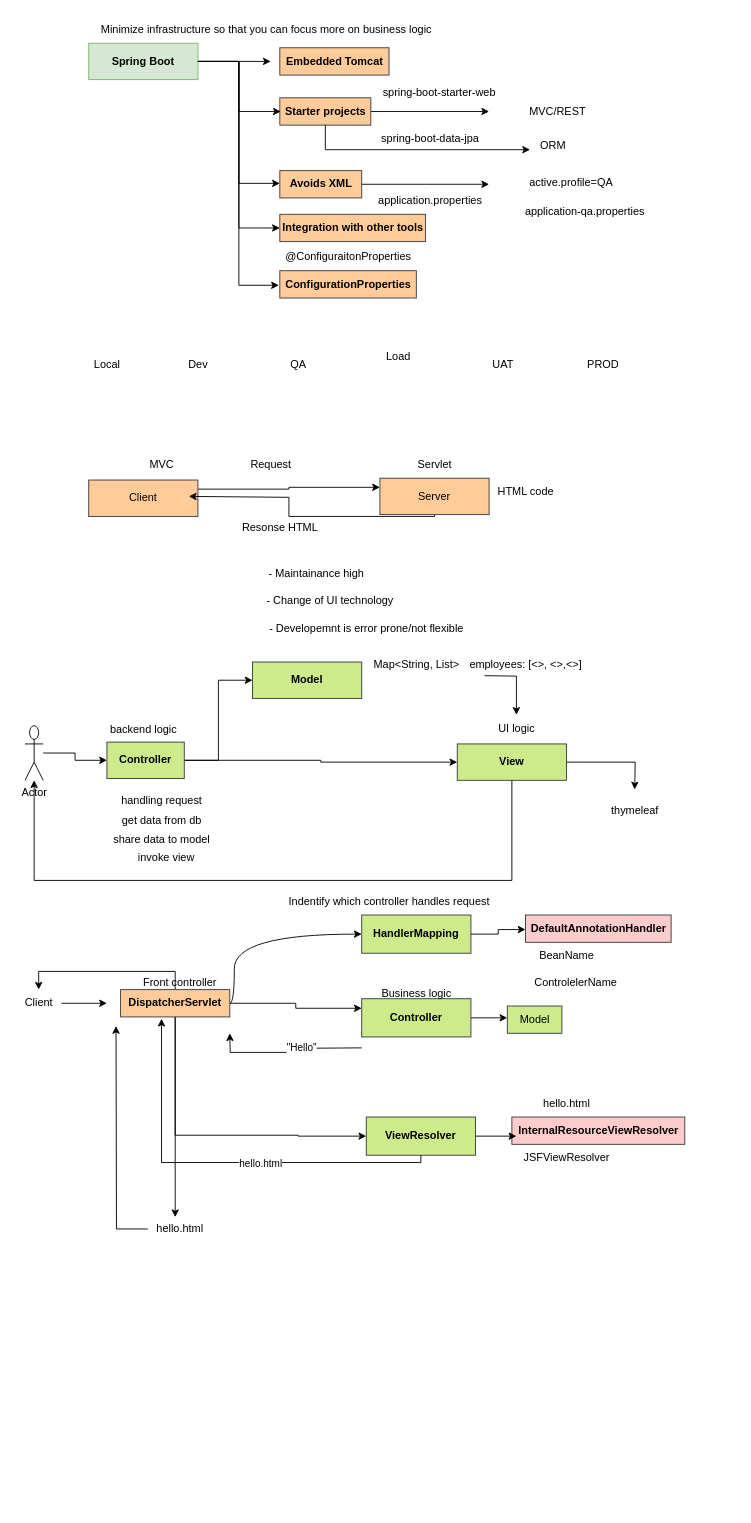
Earlier version of the draw.io diagram page "Spring" (4 of 4) of draw_june2025-Dhruvik.drawio (dhruvikp/JFSD_WE). Source tidied: cells renumbered, new cells numbered last; positions are measured from the earlier drawing's top-left corner, leaving out a move shared by most shapes. Both pictures are drawn from the tidied source at 91%, with x=0, y=0 at pixel (15, 15).
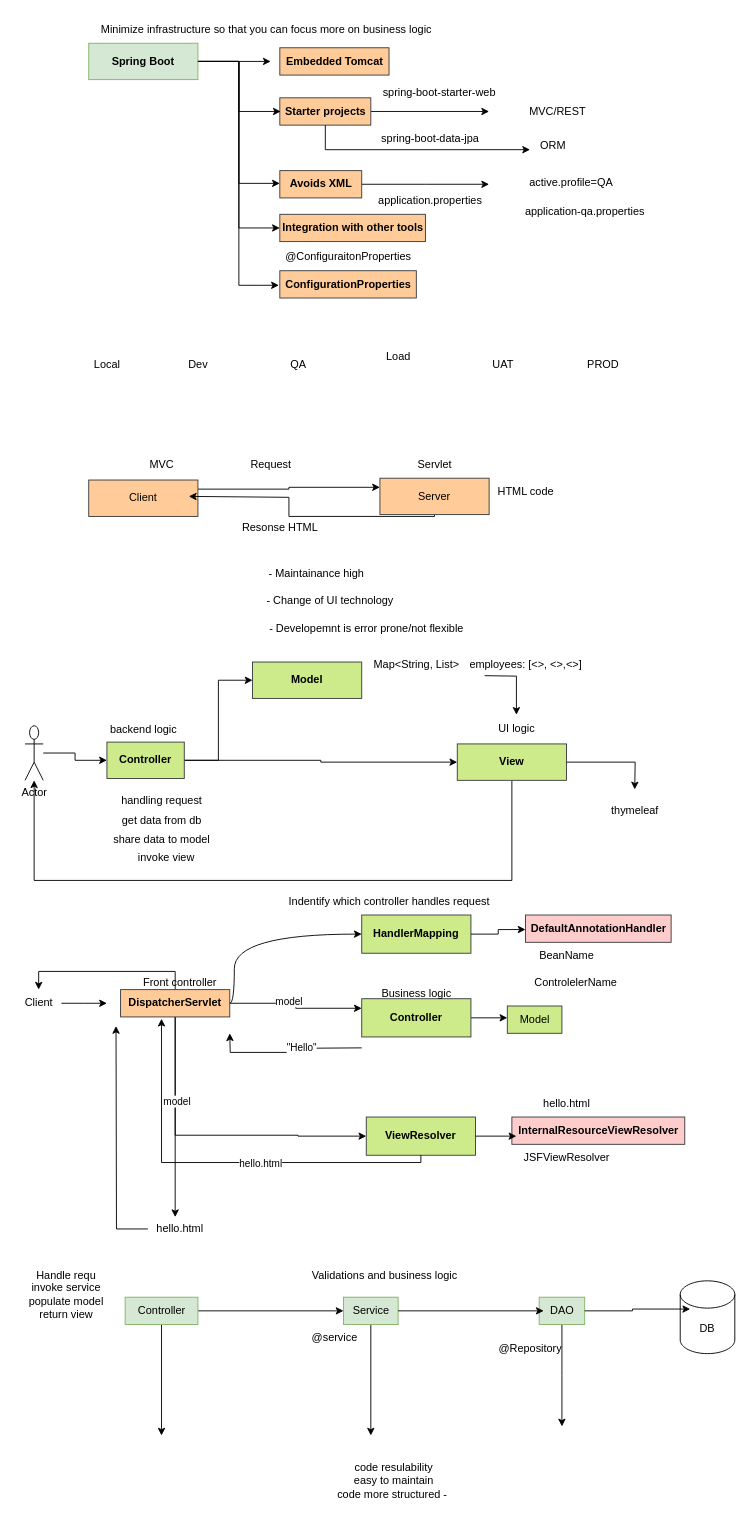
The same page after the edit.

The change refers to these unchanged cells:
```xml
<mxCell id="64" style="edgeStyle=orthogonalEdgeStyle;rounded=0;jettySize=auto;html=1;entryX=0;entryY=0.25;entryDx=0;entryDy=0;" parent="1" edge="1" source="68" target="79">
  <mxGeometry relative="1" as="geometry" />
</mxCell>
<mxCell id="66" style="edgeStyle=orthogonalEdgeStyle;rounded=0;jettySize=auto;html=1;" parent="1" edge="1" source="68">
  <mxGeometry relative="1" as="geometry">
    <mxPoint x="175" y="1320" as="targetPoint" />
  </mxGeometry>
</mxCell>
```

What changed in the source:
```diff
@@
+    <mxCell id="92" value="model" style="edgeLabel;html=1;align=center;verticalAlign=middle;" parent="64" vertex="1">
+      <mxGeometry x="-0.15" y="3" relative="1" as="geometry" />
+    </mxCell>
@@
+    <mxCell id="93" value="model" style="edgeLabel;html=1;align=center;verticalAlign=middle;" parent="66" vertex="1">
+      <mxGeometry x="-0.17" y="1" relative="1" as="geometry" />
+    </mxCell>
@@
+    <mxCell id="94" style="edgeStyle=orthogonalEdgeStyle;rounded=0;jettySize=auto;html=1;" parent="1" edge="1" source="96" target="98">
+      <mxGeometry relative="1" as="geometry" />
+    </mxCell>
+    <mxCell id="95" style="edgeStyle=orthogonalEdgeStyle;rounded=0;jettySize=auto;html=1;" parent="1" edge="1" source="96">
+      <mxGeometry relative="1" as="geometry">
+        <mxPoint x="160" y="1560" as="targetPoint" />
+      </mxGeometry>
+    </mxCell>
+    <mxCell id="96" value="Controller" style="text;html=1;align=center;verticalAlign=middle;points=[];strokeColor=#82b366;fillColor=#d5e8d4;" parent="1" vertex="1">
+      <mxGeometry x="120" y="1408" width="80" height="30" as="geometry" />
+    </mxCell>
+    <mxCell id="97" style="edgeStyle=orthogonalEdgeStyle;rounded=0;jettySize=auto;html=1;" parent="1" edge="1" source="98">
+      <mxGeometry relative="1" as="geometry">
+        <mxPoint x="390" y="1560" as="targetPoint" />
+      </mxGeometry>
+    </mxCell>
+    <mxCell id="98" value="Service" style="text;html=1;align=center;verticalAlign=middle;points=[];strokeColor=#82b366;fillColor=#d5e8d4;" parent="1" vertex="1">
+      <mxGeometry x="360" y="1408" width="60" height="30" as="geometry" />
+    </mxCell>
+    <mxCell id="99" value="Validations and business logic" style="text;html=1;align=center;verticalAlign=middle;strokeColor=none;fillColor=none;" parent="1" vertex="1">
+      <mxGeometry x="315" y="1370" width="180" height="30" as="geometry" />
+    </mxCell>
+    <mxCell id="100" value="Handle requ&lt;div&gt;invoke service&lt;/div&gt;&lt;div&gt;populate model&lt;/div&gt;&lt;div&gt;return view&lt;/div&gt;" style="text;html=1;align=center;verticalAlign=middle;strokeColor=none;fillColor=none;" parent="1" vertex="1">
+      <mxGeometry y="1370" width="110" height="70" as="geometry" />
+    </mxCell>
+    <mxCell id="101" style="edgeStyle=orthogonalEdgeStyle;rounded=0;jettySize=auto;html=1;" parent="1" edge="1" source="102">
+      <mxGeometry relative="1" as="geometry">
+        <mxPoint x="600" y="1550" as="targetPoint" />
+      </mxGeometry>
+    </mxCell>
+    <mxCell id="102" value="DAO" style="text;html=1;align=center;verticalAlign=middle;points=[];strokeColor=#82b366;fillColor=#d5e8d4;" parent="1" vertex="1">
+      <mxGeometry x="575" y="1408" width="50" height="30" as="geometry" />
+    </mxCell>
+    <mxCell id="103" style="edgeStyle=orthogonalEdgeStyle;rounded=0;jettySize=auto;html=1;entryX=0.1;entryY=0.5;entryDx=0;entryDy=0;entryPerimeter=0;" parent="1" edge="1" source="98" target="102">
+      <mxGeometry relative="1" as="geometry" />
+    </mxCell>
+    <mxCell id="104" value="DB" style="shape=cylinder3;whiteSpace=wrap;html=1;boundedLbl=1;backgroundOutline=1;size=15;" parent="1" vertex="1">
+      <mxGeometry x="730" y="1390" width="60" height="80" as="geometry" />
+    </mxCell>
+    <mxCell id="105" style="edgeStyle=orthogonalEdgeStyle;rounded=0;jettySize=auto;html=1;entryX=0.183;entryY=0.388;entryDx=0;entryDy=0;entryPerimeter=0;" parent="1" edge="1" source="102" target="104">
+      <mxGeometry relative="1" as="geometry" />
+    </mxCell>
+    <mxCell id="106" value="code resulability&lt;div&gt;easy to maintain&lt;/div&gt;&lt;div&gt;code more structured -&amp;nbsp;&lt;/div&gt;" style="text;html=1;align=center;verticalAlign=middle;strokeColor=none;fillColor=none;" parent="1" vertex="1">
+      <mxGeometry x="340" y="1580" width="150" height="60" as="geometry" />
+    </mxCell>
+    <mxCell id="107" value="@service" style="text;html=1;align=center;verticalAlign=middle;strokeColor=none;fillColor=none;" parent="1" vertex="1">
+      <mxGeometry x="315" y="1438" width="70" height="30" as="geometry" />
+    </mxCell>
+    <mxCell id="108" value="@Repository" style="text;html=1;align=center;verticalAlign=middle;strokeColor=none;fillColor=none;" parent="1" vertex="1">
+      <mxGeometry x="520" y="1450" width="90" height="30" as="geometry" />
+    </mxCell>
```
